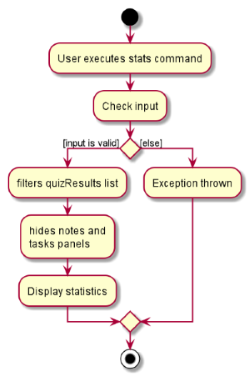
This is docs/images/statistics/StatisticsActivityDiagram.png from nus-cs2103-AY1920S1/addressbook-level3, a PlantUML export, as it was before one commit. Its source is kept beside it as docs/diagrams/StatisticsActivityDiagram.puml. The source it was exported from:
```plantuml
@startuml
start
:User executes stats command;
:Check input;

if () then ([input is valid])
    :filters quizResults list;
    :hides notes and
    tasks panels;
    :Display statistics;
else ([else])
    :Exception thrown;
endif
stop
@enduml
```
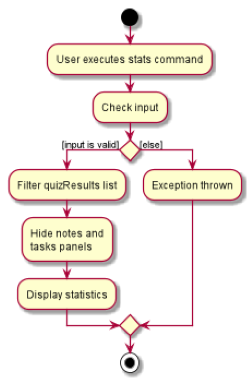
Above is the later version.

Commit message:
Standardise verbs in StatisticsActivityDiagram

The edit, as a diff of the source:
```diff
@@ -4,8 +4,8 @@
 :Check input;
 
 if () then ([input is valid])
-    :filters quizResults list;
-    :hides notes and
+    :Filter quizResults list;
+    :Hide notes and
     tasks panels;
     :Display statistics;
 else ([else])
```
